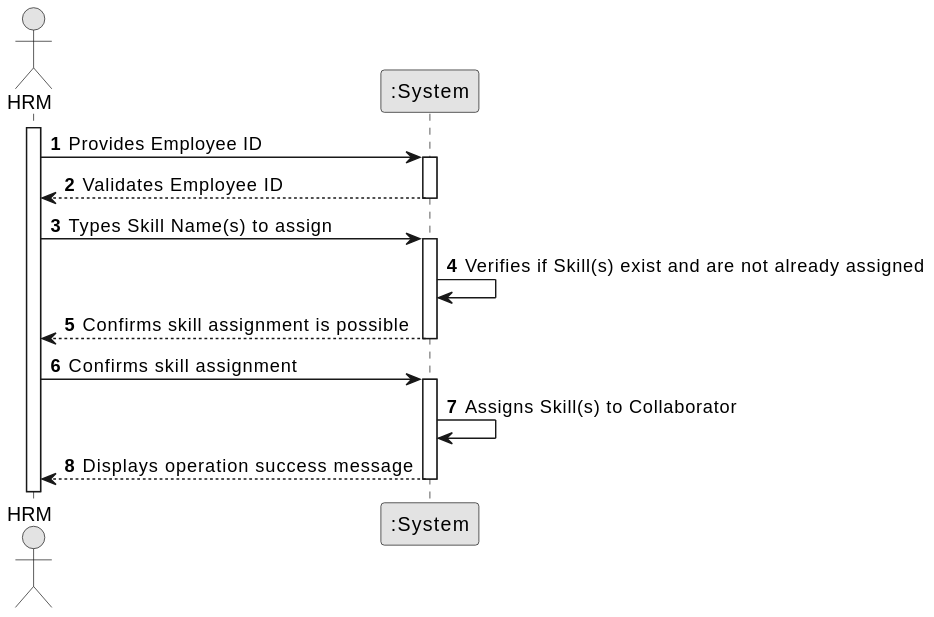
Above: docs/sprintB/us004/01.requirements-engineering/svg/us004-system-sequence-diagram.svg in francisc-o-liveira/lei-24-s2-1dp-g163 (PlantUML), before the change.
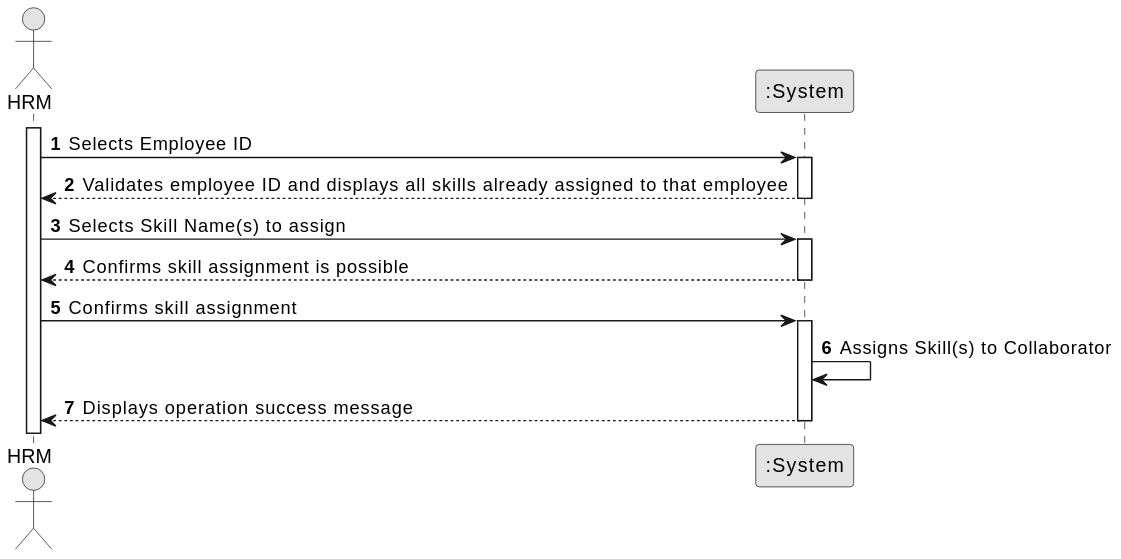
Above is the later version.

Diff of the diagram source:
```diff
@@ -10,16 +10,15 @@
 
 activate HRManager
 
-HRManager -> System : Provides Collaborator ID
+HRManager -> System : Selects Employee ID
 activate System
 
-System --> HRManager : Validates Collaborator ID
+System --> HRManager :  Validates employee ID and displays all skills already assigned to that employee
 deactivate System
 
-HRManager -> System : Types Skill Name(s) to assign
+HRManager -> System : Selects Skill Name(s) to assign
 activate System
 
-System -> System : Verifies if Skill(s) exist and are not already assigned
 System --> HRManager : Confirms skill assignment is possible
 deactivate System
 
```
